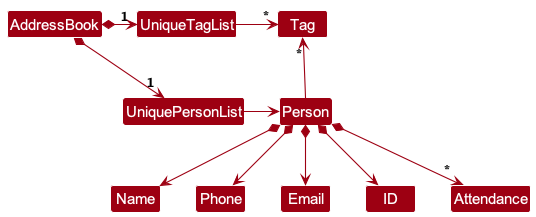
Earlier version of the PlantUML export docs/images/BetterModelClassDiagram.png (nus-cs2103-AY2324S1/tp).
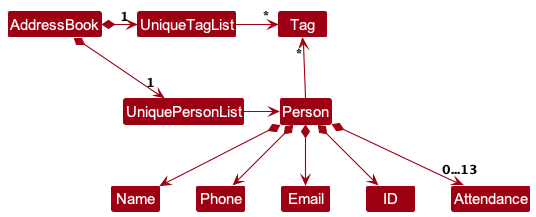
The same diagram one commit later.

Change to the diagram source:
```diff
@@ -18,6 +18,6 @@
 Person *--> Phone
 Person *--> Email
 Person *--> ID
-Person *--> "*" Attendance
+Person *--> "     0...13" Attendance
 
 @enduml
```
